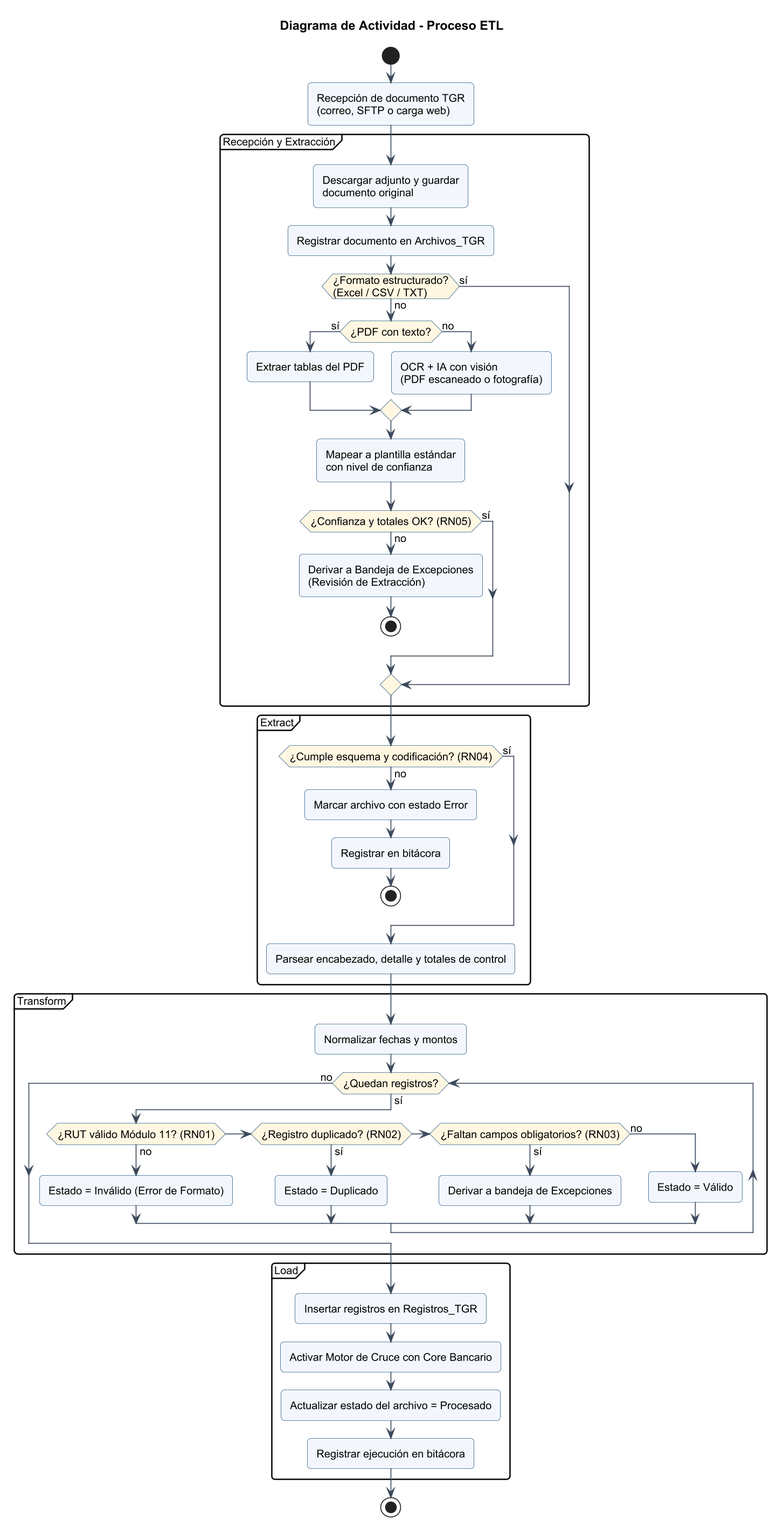
Before: Fase 2/Evidencias Proyecto/Evidencias de Documentación/Análisis y Diseño/Diagramas/06_actividad_etl.png, a diagram exported from PlantUML (JS-Ranker/CAPSTONE).
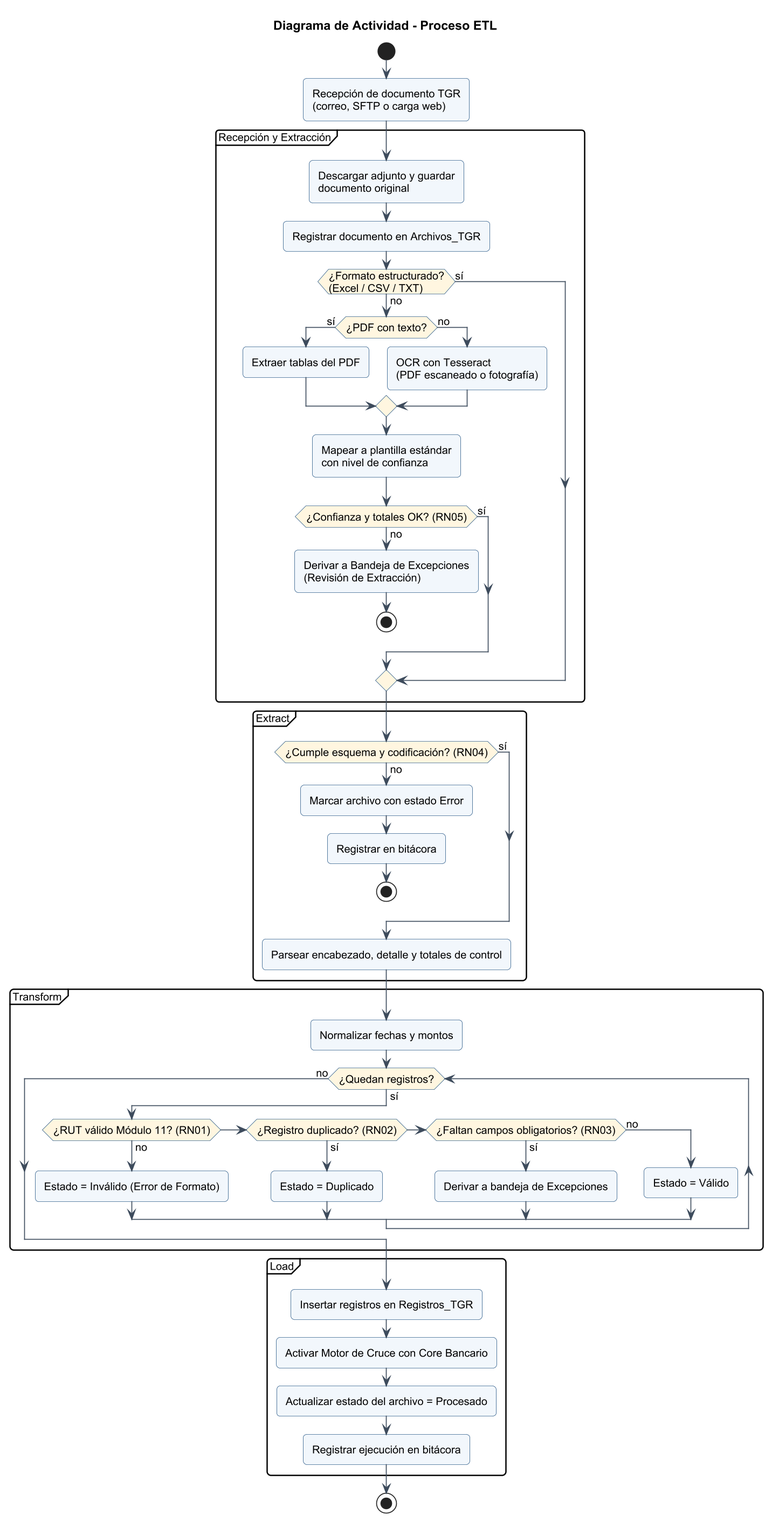
The same file after the commit.

Change to the diagram source:
```diff
@@ -12,7 +12,7 @@
     if (¿PDF con texto?) then (sí)
       :Extraer tablas del PDF;
     else (no)
-      :OCR + IA con visión\n(PDF escaneado o fotografía);
+      :OCR con Tesseract\n(PDF escaneado o fotografía);
     endif
     :Mapear a plantilla estándar\ncon nivel de confianza;
     if (¿Confianza y totales OK? (RN05)) then (no)
```
